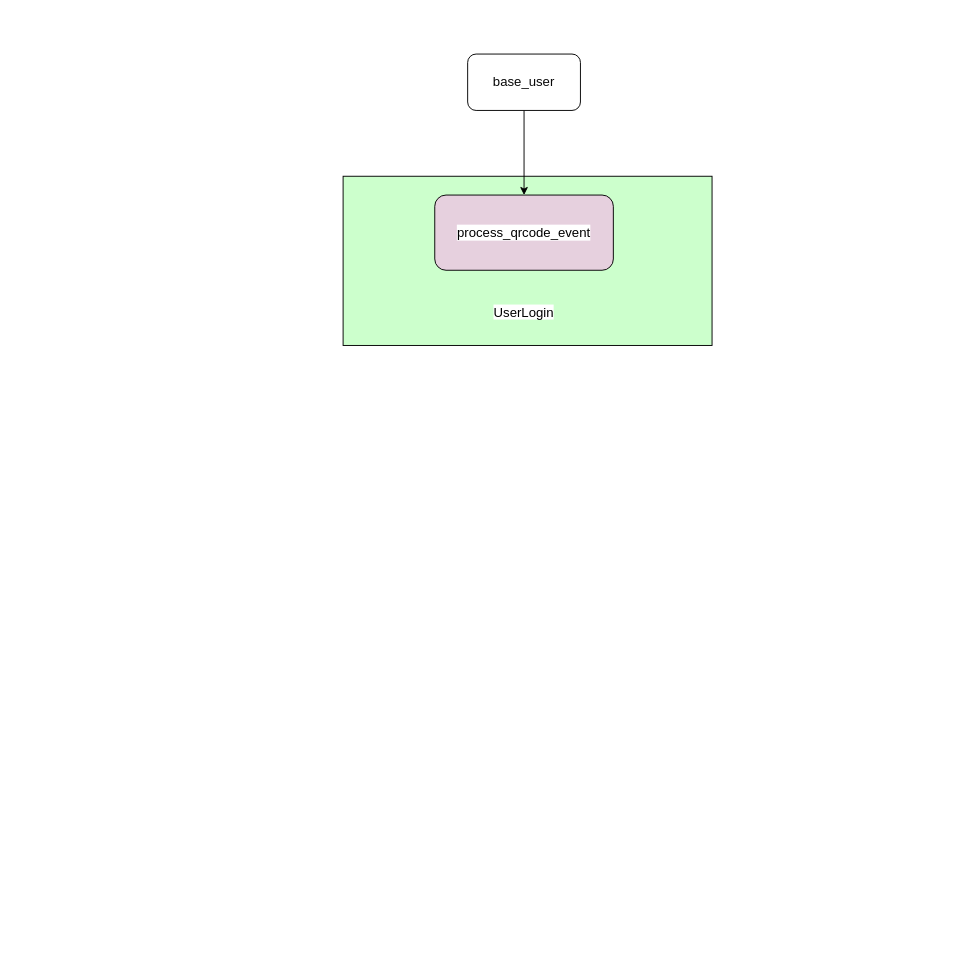
Before: wechat_baseuser.drawio in likeyiyy/Simple_Interpreter, a draw.io diagram. Source tidied: cells renumbered, new cells numbered last; positions are measured from the earlier drawing's top-left corner, leaving out a move shared by most shapes. Both pictures are drawn from the tidied source at 94%, with x=0, y=0 at pixel (343, 54).
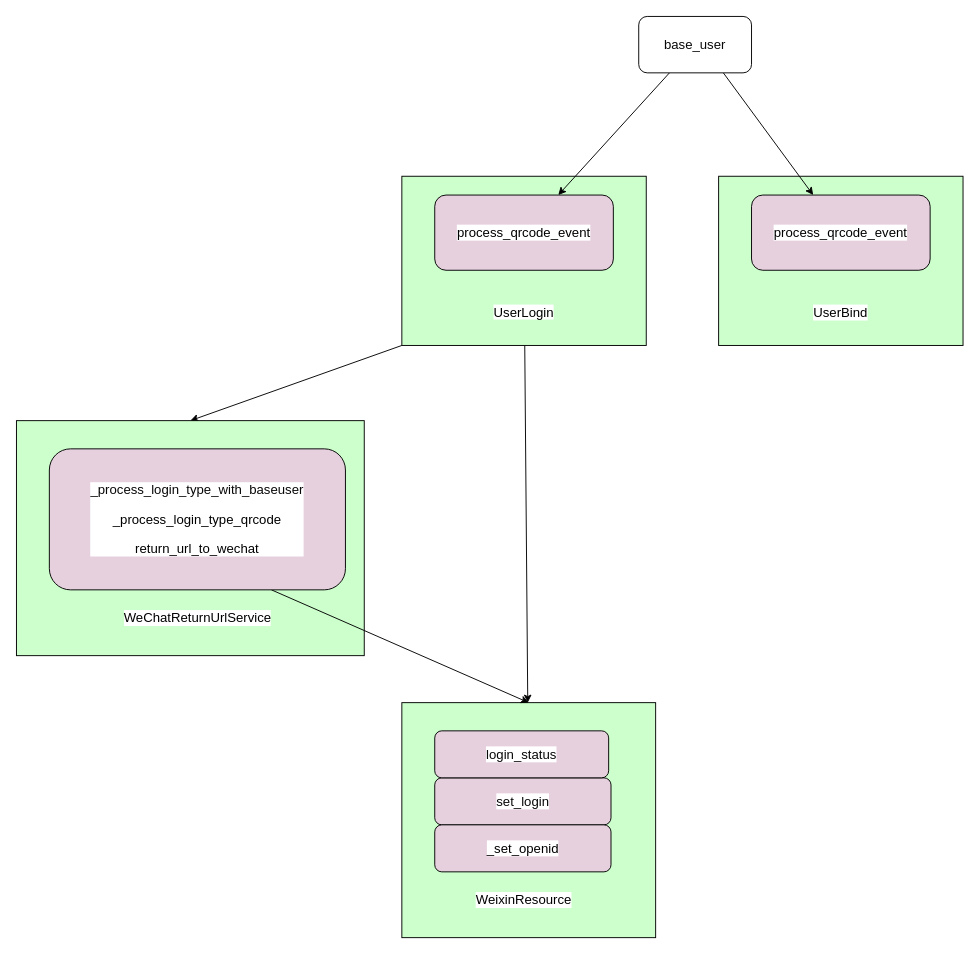
The same diagram, later.

The change refers to these unchanged cells:
```xml
<mxCell id="5" value="&lt;pre style=&quot;background-color: #ffffff ; color: #080808 ; font-family: &amp;#34;jetbrains mono&amp;#34; ; font-size: 10.5pt&quot;&gt;&lt;span style=&quot;color: #000000&quot;&gt;process_qrcode_event&lt;/span&gt;&lt;/pre&gt;" style="whiteSpace=wrap;html=1;rounded=1;fillColor=#E6D0DE;" parent="1" vertex="1">
  <mxGeometry x="97" y="150" width="190" height="80" as="geometry" />
</mxCell>
```

What changed in the source:
```diff
@@
+    <mxCell id="7" style="rounded=0;whiteSpace=wrap;html=1;fillColor=#CCFFCC;" parent="1" vertex="1">
+      <mxGeometry x="399" y="130" width="260" height="180" as="geometry" />
+    </mxCell>
+    <mxCell id="8" style="edgeStyle=none;rounded=0;jettySize=auto;html=1;" parent="1" edge="1" source="2" target="13">
+      <mxGeometry relative="1" as="geometry" />
+    </mxCell>
+    <mxCell id="9" style="edgeStyle=none;rounded=0;jettySize=auto;html=1;exitX=0;exitY=1;exitDx=0;exitDy=0;entryX=0.5;entryY=0;entryDx=0;entryDy=0;" parent="1" edge="1" source="2" target="17">
+      <mxGeometry relative="1" as="geometry" />
+    </mxCell>
     <mxCell id="2" style="rounded=0;whiteSpace=wrap;html=1;fillColor=#CCFFCC;" parent="1" vertex="1">
-      <mxGeometry x="-0.5" y="130" width="392.5" height="180" as="geometry" />
+      <mxGeometry x="62" y="130" width="260" height="180" as="geometry" />
     </mxCell>
-    <mxCell id="3" style="edgeStyle=orthogonalEdgeStyle;rounded=0;jettySize=auto;html=1;" parent="1" edge="1" source="4" target="5">
+    <mxCell id="3" style="rounded=0;jettySize=auto;html=1;" parent="1" edge="1" source="4" target="5">
       <mxGeometry relative="1" as="geometry" />
     </mxCell>
+    <mxCell id="10" style="edgeStyle=none;rounded=0;jettySize=auto;html=1;exitX=0.75;exitY=1;exitDx=0;exitDy=0;" parent="1" edge="1" source="4" target="11">
+      <mxGeometry relative="1" as="geometry" />
+    </mxCell>
     <mxCell id="4" value="&lt;pre style=&quot;background-color: #ffffff ; color: #080808 ; font-family: &amp;#34;jetbrains mono&amp;#34; ; font-size: 10.5pt&quot;&gt;base_user&lt;/pre&gt;" style="rounded=1;whiteSpace=wrap;html=1;" parent="1" vertex="1">
-      <mxGeometry x="132" width="120" height="60" as="geometry" />
+      <mxGeometry x="314" y="-40" width="120" height="60" as="geometry" />
     </mxCell>
@@
+    <mxCell id="11" value="&lt;pre style=&quot;background-color: #ffffff ; color: #080808 ; font-family: &amp;#34;jetbrains mono&amp;#34; ; font-size: 10.5pt&quot;&gt;&lt;span style=&quot;color: #000000&quot;&gt;process_qrcode_event&lt;/span&gt;&lt;/pre&gt;" style="whiteSpace=wrap;html=1;rounded=1;fillColor=#E6D0DE;" parent="1" vertex="1">
+      <mxGeometry x="434" y="150" width="190" height="80" as="geometry" />
+    </mxCell>
+    <mxCell id="12" value="&lt;pre style=&quot;background-color: #ffffff ; color: #080808 ; font-family: &amp;#34;jetbrains mono&amp;#34; ; font-size: 10.5pt&quot;&gt;&lt;span style=&quot;color: #000000&quot;&gt;UserBind&lt;/span&gt;&lt;/pre&gt;" style="text;html=1;strokeColor=none;fillColor=none;align=center;verticalAlign=middle;whiteSpace=wrap;rounded=0;" parent="1" vertex="1">
+      <mxGeometry x="479" y="250" width="100" height="50" as="geometry" />
+    </mxCell>
+    <mxCell id="13" style="rounded=0;whiteSpace=wrap;html=1;fillColor=#CCFFCC;" parent="1" vertex="1">
+      <mxGeometry x="62" y="690" width="270" height="250" as="geometry" />
+    </mxCell>
+    <mxCell id="14" value="&lt;pre style=&quot;background-color: #ffffff ; color: #080808 ; font-family: &amp;#34;jetbrains mono&amp;#34; ; font-size: 10.5pt&quot;&gt;&lt;span style=&quot;color: #000000&quot;&gt;WeixinResource&lt;/span&gt;&lt;/pre&gt;" style="text;html=1;strokeColor=none;fillColor=none;align=center;verticalAlign=middle;whiteSpace=wrap;rounded=0;" parent="1" vertex="1">
+      <mxGeometry x="137" y="890" width="110" height="20" as="geometry" />
+    </mxCell>
+    <mxCell id="15" value="&lt;pre style=&quot;background-color: #ffffff ; color: #080808 ; font-family: &amp;#34;jetbrains mono&amp;#34; ; font-size: 10.5pt&quot;&gt;set_login&lt;br&gt;&lt;/pre&gt;" style="whiteSpace=wrap;html=1;rounded=1;fillColor=#E6D0DE;" parent="1" vertex="1">
+      <mxGeometry x="97" y="770" width="187.5" height="50" as="geometry" />
+    </mxCell>
+    <mxCell id="16" value="&lt;pre style=&quot;background-color: #ffffff ; color: #080808 ; font-family: &amp;#34;jetbrains mono&amp;#34; ; font-size: 10.5pt&quot;&gt;login_status&lt;br&gt;&lt;/pre&gt;" style="whiteSpace=wrap;html=1;rounded=1;fillColor=#E6D0DE;" parent="1" vertex="1">
+      <mxGeometry x="97" y="720" width="185" height="50" as="geometry" />
+    </mxCell>
+    <mxCell id="17" style="rounded=0;whiteSpace=wrap;html=1;fillColor=#CCFFCC;" parent="1" vertex="1">
+      <mxGeometry x="-348" y="390" width="370" height="250" as="geometry" />
+    </mxCell>
+    <mxCell id="18" value="&lt;pre style=&quot;background-color: #ffffff ; color: #080808 ; font-family: &amp;#34;jetbrains mono&amp;#34; ; font-size: 10.5pt&quot;&gt;&lt;pre style=&quot;font-family: &amp;#34;jetbrains mono&amp;#34; ; font-size: 10.5pt&quot;&gt;&lt;span style=&quot;color: #000000&quot;&gt;WeChatReturnUrlService&lt;/span&gt;&lt;/pre&gt;&lt;/pre&gt;" style="text;html=1;strokeColor=none;fillColor=none;align=center;verticalAlign=middle;whiteSpace=wrap;rounded=0;" parent="1" vertex="1">
+      <mxGeometry x="-210.5" y="590" width="110" height="20" as="geometry" />
+    </mxCell>
+    <mxCell id="19" style="edgeStyle=none;rounded=0;jettySize=auto;html=1;exitX=0.75;exitY=1;exitDx=0;exitDy=0;entryX=0.5;entryY=0;entryDx=0;entryDy=0;" parent="1" edge="1" source="20" target="13">
+      <mxGeometry relative="1" as="geometry" />
+    </mxCell>
+    <mxCell id="20" value="&lt;pre style=&quot;background-color: #ffffff ; color: #080808 ; font-family: &amp;#34;jetbrains mono&amp;#34; ; font-size: 10.5pt&quot;&gt;&lt;pre style=&quot;font-family: &amp;#34;jetbrains mono&amp;#34; ; font-size: 10.5pt&quot;&gt;_process_login_type_with_baseuser&lt;/pre&gt;&lt;pre style=&quot;font-family: &amp;#34;jetbrains mono&amp;#34; ; font-size: 10.5pt&quot;&gt;&lt;pre style=&quot;font-family: &amp;#34;jetbrains mono&amp;#34; ; font-size: 10.5pt&quot;&gt;&lt;span style=&quot;color: #000000&quot;&gt;_process_login_type_qrcode&lt;/span&gt;&lt;/pre&gt;&lt;pre style=&quot;font-family: &amp;#34;jetbrains mono&amp;#34; ; font-size: 10.5pt&quot;&gt;&lt;span style=&quot;color: #000000&quot;&gt;return_url_to_wechat&lt;/span&gt;&lt;/pre&gt;&lt;/pre&gt;&lt;/pre&gt;" style="whiteSpace=wrap;html=1;rounded=1;fillColor=#E6D0DE;" parent="1" vertex="1">
+      <mxGeometry x="-313" y="420" width="315" height="150" as="geometry" />
+    </mxCell>
+    <mxCell id="21" value="&lt;pre style=&quot;background-color: #ffffff ; color: #080808 ; font-family: &amp;#34;jetbrains mono&amp;#34; ; font-size: 10.5pt&quot;&gt;&lt;pre style=&quot;font-family: &amp;#34;jetbrains mono&amp;#34; ; font-size: 10.5pt&quot;&gt;&lt;span style=&quot;color: #000000&quot;&gt;_set_openid&lt;/span&gt;&lt;/pre&gt;&lt;/pre&gt;" style="whiteSpace=wrap;html=1;rounded=1;fillColor=#E6D0DE;" parent="1" vertex="1">
+      <mxGeometry x="97" y="820" width="187.5" height="50" as="geometry" />
+    </mxCell>
```
